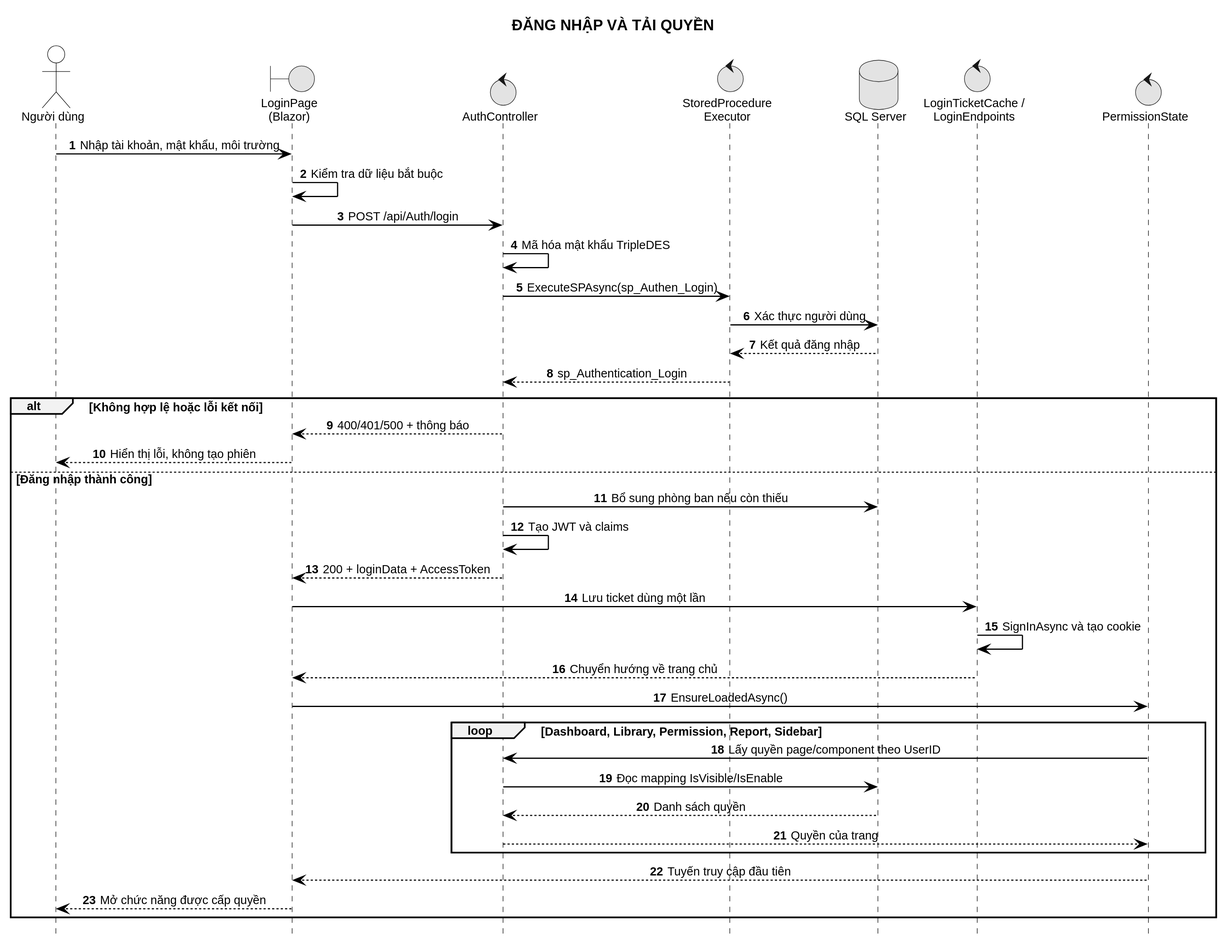
Miikey24s/gtas_vpp keeps this PlantUML diagram as LVTN/diagrams/ch03/sequence-login-permissions.svg. Above is the earlier version.
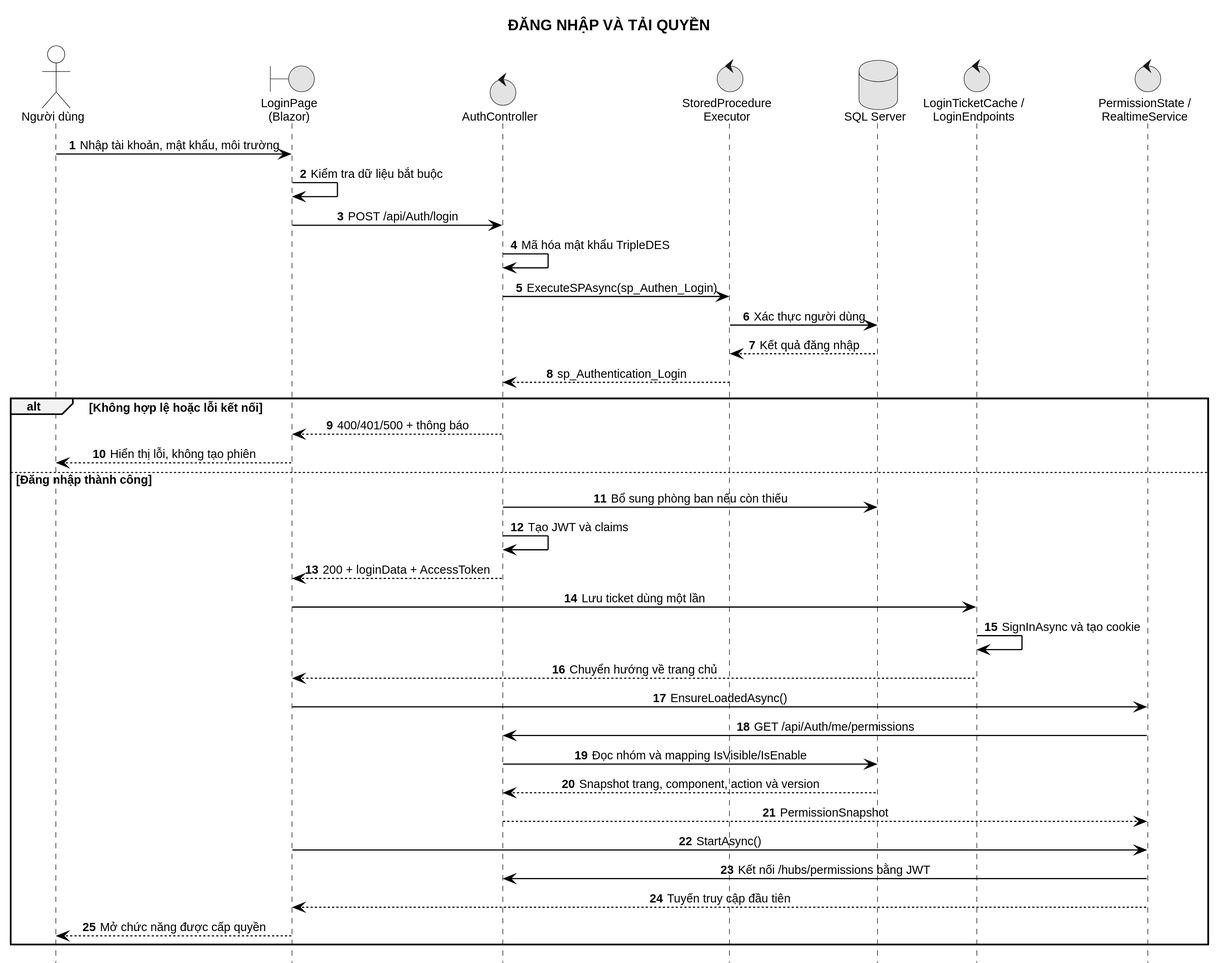
Above is the later version.

Diff of the diagram source:
```diff
@@ -8,7 +8,7 @@
 control "StoredProcedure\nExecutor" as SP
 database "SQL Server" as DB
 control "LoginTicketCache /\nLoginEndpoints" as Session
-control "PermissionState" as Perm
+control "PermissionState /\nRealtimeService" as Perm
 
 User -> FE : Nhập tài khoản, mật khẩu, môi trường
 FE -> FE : Kiểm tra dữ liệu bắt buộc
@@ -30,12 +30,12 @@
   Session -> Session : SignInAsync và tạo cookie
   Session --> FE : Chuyển hướng về trang chủ
   FE -> Perm : EnsureLoadedAsync()
-  loop Dashboard, Library, Permission, Report, Sidebar
-    Perm -> API : Lấy quyền page/component theo UserID
-    API -> DB : Đọc mapping IsVisible/IsEnable
-    DB --> API : Danh sách quyền
-    API --> Perm : Quyền của trang
-  end
+  Perm -> API : GET /api/Auth/me/permissions
+  API -> DB : Đọc nhóm và mapping IsVisible/IsEnable
+  DB --> API : Snapshot trang, component, action và version
+  API --> Perm : PermissionSnapshot
+  FE -> Perm : StartAsync()
+  Perm -> API : Kết nối /hubs/permissions bằng JWT
   Perm --> FE : Tuyến truy cập đầu tiên
   FE --> User : Mở chức năng được cấp quyền
 end
```
